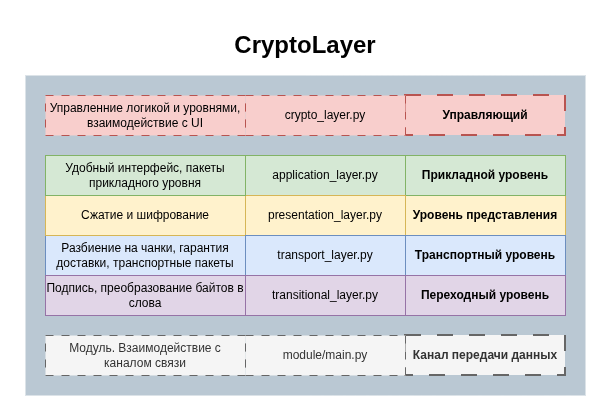
This is docs/diagrams/arch-RU.png from igmunv/cryptolayer-base, a draw.io export, as it was before one commit. Source tidied: cells renumbered, new cells last; positions are measured from the earlier drawing's top-left corner, leaving out a move shared by most shapes.
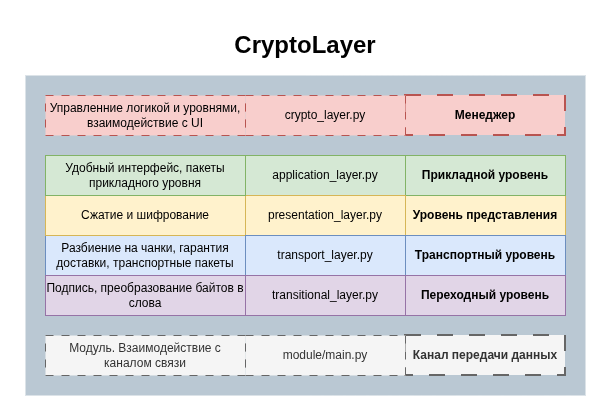
After the commit.

What changed in the source:
```diff
@@ -44,7 +44,7 @@
     <mxCell id="15" value="&lt;div style=&quot;&quot;&gt;Подпись, преобразование байтов в слова&lt;/div&gt;" style="rounded=0;whiteSpace=wrap;html=1;align=center;strokeWidth=1;fillColor=#e1d5e7;strokeColor=#9673a6;" parent="1" vertex="1">
       <mxGeometry x="20" y="250" width="200" height="40" as="geometry" />
     </mxCell>
-    <mxCell id="16" value="Управляющий" style="rounded=0;whiteSpace=wrap;html=1;align=center;fillColor=#f8cecc;strokeColor=#b85450;strokeWidth=2;dashed=1;dashPattern=8 8;fontStyle=1;" parent="1" vertex="1">
+    <mxCell id="16" value="Менеджер" style="rounded=0;whiteSpace=wrap;html=1;align=center;fillColor=#f8cecc;strokeColor=#b85450;strokeWidth=2;dashed=1;dashPattern=8 8;fontStyle=1;" parent="1" vertex="1">
       <mxGeometry x="380" y="70" width="160" height="40" as="geometry" />
     </mxCell>
     <mxCell id="17" value="crypto_layer.py" style="rounded=0;whiteSpace=wrap;html=1;fillColor=#f8cecc;strokeColor=#b85450;dashed=1;dashPattern=8 8;" parent="1" vertex="1">
```
